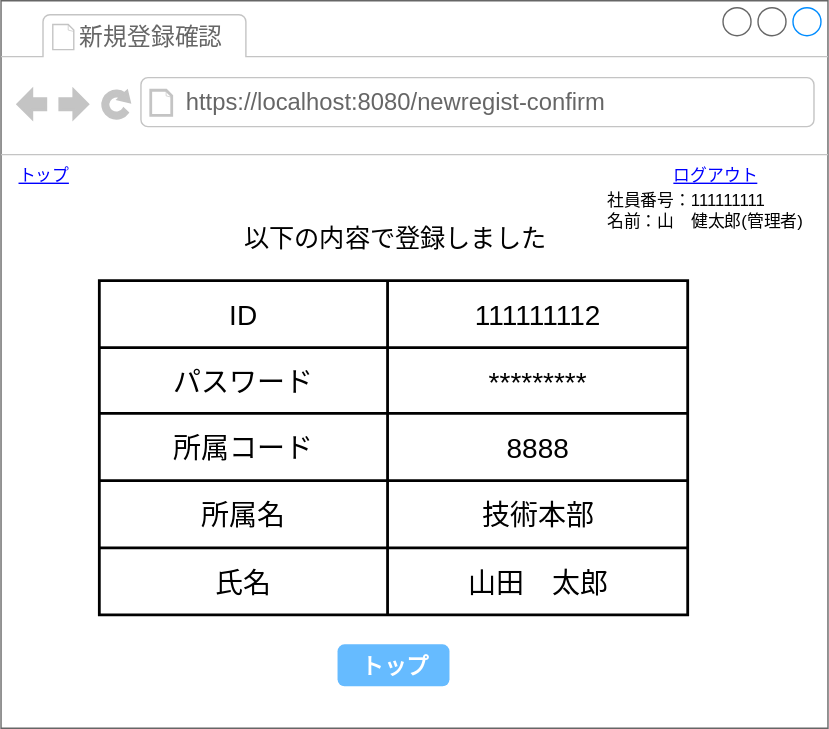
The draw.io diagram 基本設計/画面設計図/512_newregistconfirm.drawio.svg in ICT-Training-2026/team-project-15, before a commit. Source tidied: cells renumbered, new cells last; positions are measured from the earlier drawing's top-left corner, leaving out a move shared by most shapes.
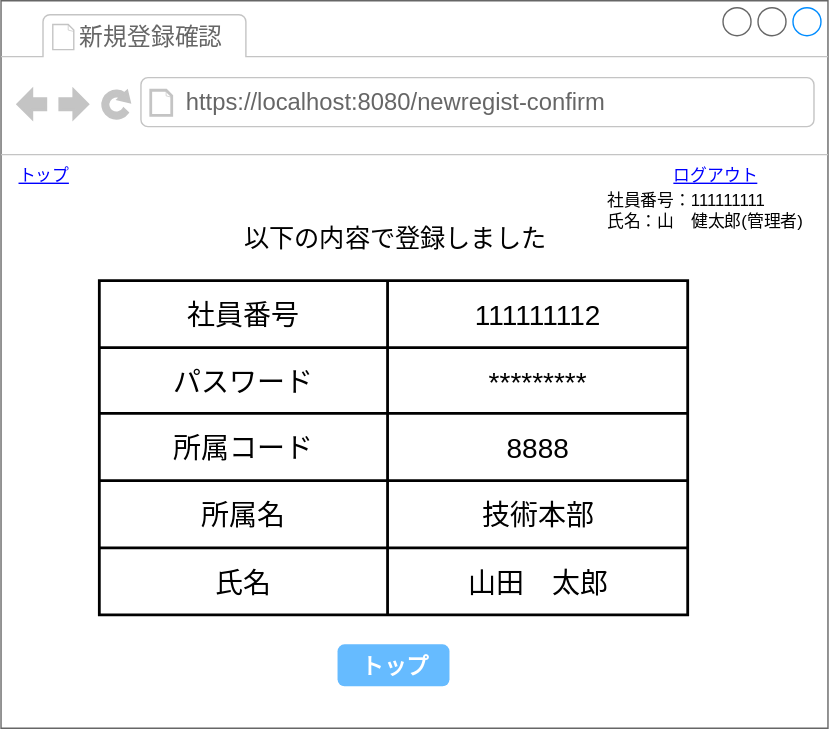
The same file after the commit.

Change to the diagram source:
```diff
@@ -20,7 +20,7 @@
     <mxCell id="7" value="&lt;font style=&quot;color: rgb(0, 0, 255);&quot;&gt;&lt;u&gt;トップ&lt;/u&gt;&lt;/font&gt;" style="text;html=1;align=center;verticalAlign=middle;strokeColor=none;fillColor=none;" parent="2" vertex="1">
       <mxGeometry y="110" width="60" height="30" as="geometry" />
     </mxCell>
-    <mxCell id="8" value="社員番号：111111111&lt;div&gt;名前：山　健太郎(管理者)&lt;/div&gt;" style="text;html=1;align=left;verticalAlign=middle;strokeColor=none;fillColor=none;" parent="2" vertex="1">
+    <mxCell id="8" value="社員番号：111111111&lt;div&gt;氏名：山　健太郎(管理者)&lt;/div&gt;" style="text;html=1;align=left;verticalAlign=middle;strokeColor=none;fillColor=none;" parent="2" vertex="1">
       <mxGeometry x="431" y="130" width="160" height="40" as="geometry" />
     </mxCell>
     <mxCell id="9" style="shape=table;html=1;whiteSpace=wrap;startSize=0;strokeWidth=2;" parent="2" vertex="1">
@@ -29,7 +29,7 @@
     <mxCell id="10" style="shape=tableRow;horizontal=0;startSize=0;swimlaneHead=0;swimlaneBody=0;top=0;left=0;bottom=0;right=0;fillColor=none;" parent="9" vertex="1">
       <mxGeometry width="420.5" height="48" as="geometry" />
     </mxCell>
-    <mxCell id="11" value="&lt;span style=&quot;font-size: 20px; font-weight: 400;&quot;&gt;ID&lt;/span&gt;" style="shape=partialRectangle;html=1;whiteSpace=wrap;fillColor=none;top=0;left=0;bottom=0;right=0;overflow=hidden;fontStyle=1;" parent="10" vertex="1">
+    <mxCell id="11" value="&lt;span style=&quot;font-size: 20px; font-weight: 400;&quot;&gt;社員番号&lt;/span&gt;" style="shape=partialRectangle;html=1;whiteSpace=wrap;fillColor=none;top=0;left=0;bottom=0;right=0;overflow=hidden;fontStyle=1;" parent="10" vertex="1">
       <mxGeometry width="206" height="48" as="geometry" />
     </mxCell>
     <mxCell id="12" value="&lt;span style=&quot;font-size: 20px; font-weight: 400;&quot;&gt;111111112&lt;/span&gt;" style="shape=partialRectangle;html=1;whiteSpace=wrap;fillColor=none;top=0;left=0;bottom=0;right=0;overflow=hidden;fontStyle=1;" parent="10" vertex="1">
```
